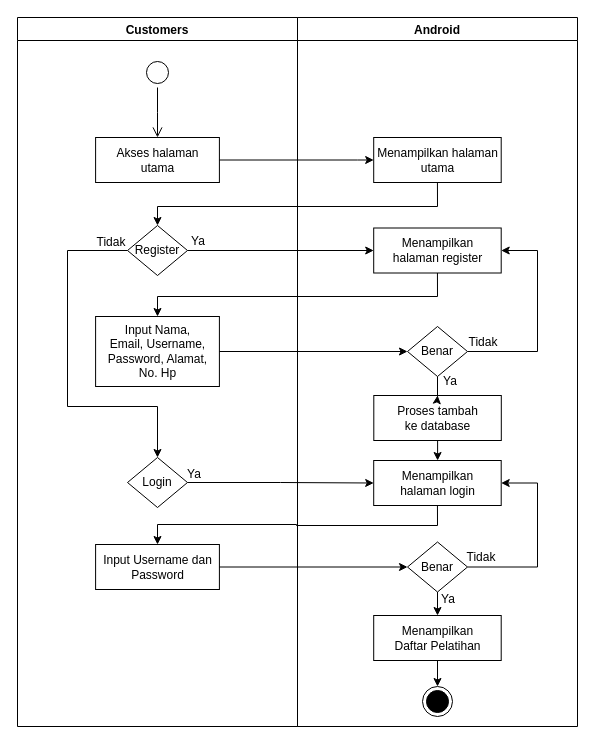
The draw.io diagram Dokumen TA/Diagram/activity_diagram/user/user halaman utama.drawio in secondline16/ptsuryasafetynusantara, before the edit. Source tidied: cells renumbered, new cells numbered last; positions are measured from the earlier drawing's top-left corner, leaving out a move shared by most shapes. Both pictures are drawn from the tidied source at 100%, with x=0, y=0 at pixel (17, 17).
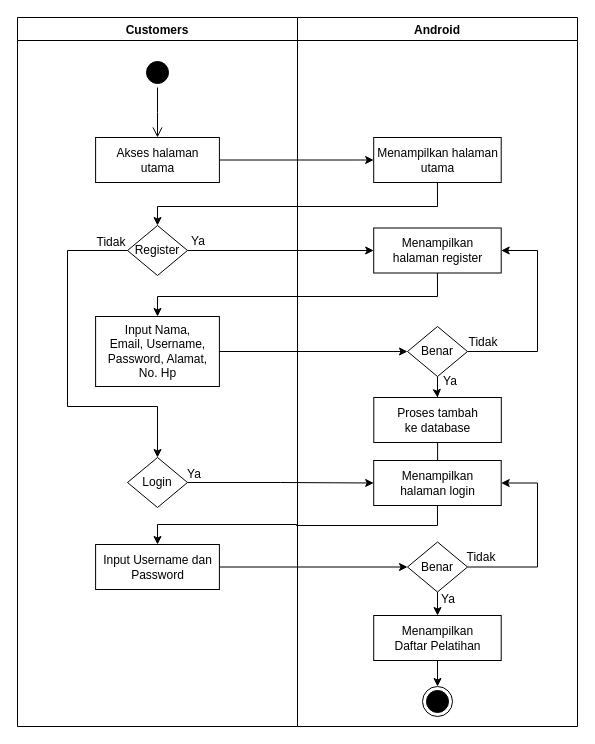
Above is the later version.

The change refers to these unchanged cells:
```xml
<mxCell id="4" value="Android" style="swimlane;fillColor=none;" parent="1" vertex="1">
  <mxGeometry x="280" width="280" height="709" as="geometry" />
</mxCell>
<mxCell id="23" value="Customers" style="swimlane;fillColor=none;startSize=23;" parent="1" vertex="1">
  <mxGeometry width="280" height="709" as="geometry" />
</mxCell>
```

Change to the diagram source:
```diff
@@
     <mxCell id="9" value="Proses tambah&lt;br&gt;ke database" style="html=1;strokeColor=#000000;fillColor=default;" parent="4" vertex="1">
-      <mxGeometry x="76.3" y="378" width="127.5" height="45" as="geometry" />
+      <mxGeometry x="76.3" y="380" width="127.5" height="45" as="geometry" />
     </mxCell>
@@
-    <mxCell id="24" style="ellipse;html=1;shape=startState;fillColor=default;strokeColor=#000000;" parent="23" vertex="1">
+    <mxCell id="24" style="ellipse;html=1;shape=startState;fillColor=#000000;strokeColor=#000000;" parent="23" vertex="1">
       <mxGeometry x="125" y="40" width="30" height="30" as="geometry" />
     </mxCell>
```
